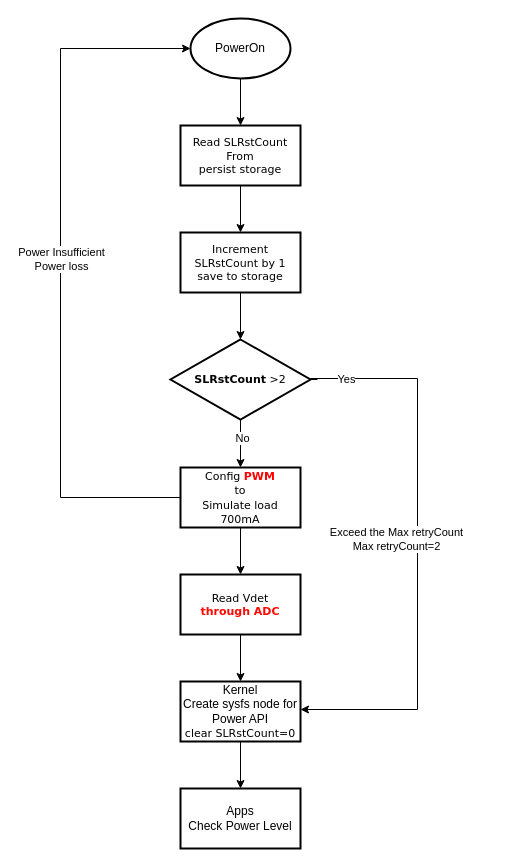
Above: low_power_detect_loop_reboot.drawio in skyliangbogit/test (draw.io), before the change. Source tidied: cells renumbered, new cells numbered last; positions are measured from the earlier drawing's top-left corner, leaving out a move shared by most shapes. Both pictures are drawn from the tidied source at 100%, with x=0, y=0 at pixel (60, 18).
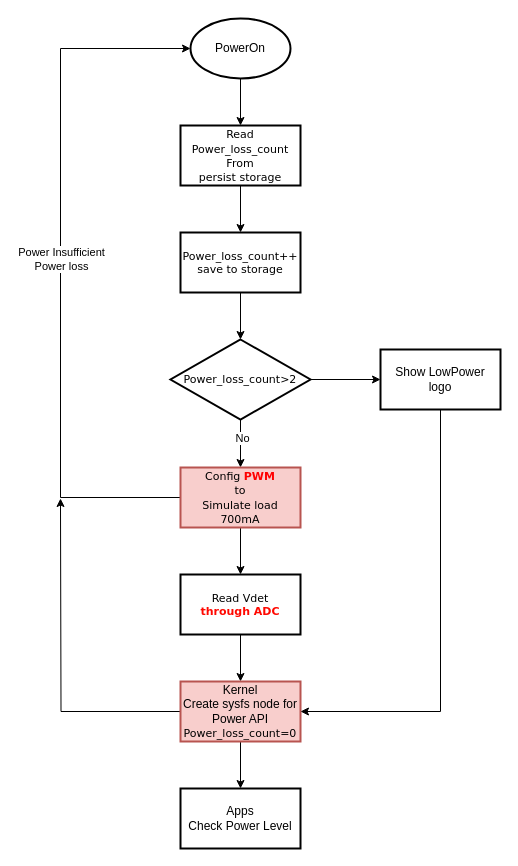
Above is the later version.

Change to the diagram source:
```diff
@@
-    <mxCell id="5" value="&lt;span style=&quot;font-family: Verdana; font-size: 11px;&quot;&gt;Read SLRstCount From&lt;/span&gt;&lt;div style=&quot;font-family: Verdana; font-size: 11px;&quot;&gt;persist storage&lt;/div&gt;" style="whiteSpace=wrap;html=1;strokeWidth=2;" parent="1" vertex="1">
+    <mxCell id="5" value="&lt;span style=&quot;font-family: Verdana; font-size: 11px;&quot;&gt;Read Power_loss_count From&lt;/span&gt;&lt;div style=&quot;font-family: Verdana; font-size: 11px;&quot;&gt;persist storage&lt;/div&gt;" style="whiteSpace=wrap;html=1;strokeWidth=2;" parent="1" vertex="1">
       <mxGeometry x="120" y="107" width="120" height="60" as="geometry" />
     </mxCell>
@@
-    <mxCell id="7" value="&lt;div style=&quot;&quot;&gt;&lt;font face=&quot;Verdana&quot;&gt;&lt;span style=&quot;font-size: 11px;&quot;&gt;Increment SLRstCount by 1&lt;/span&gt;&lt;/font&gt;&lt;/div&gt;&lt;div style=&quot;font-family: Verdana; font-size: 11px;&quot;&gt;save&lt;span style=&quot;background-color: initial;&quot;&gt;&amp;nbsp;to storage&lt;/span&gt;&lt;/div&gt;" style="whiteSpace=wrap;html=1;strokeWidth=2;" parent="1" vertex="1">
+    <mxCell id="7" value="&lt;div style=&quot;&quot;&gt;&lt;span style=&quot;font-family: Verdana; font-size: 11px;&quot;&gt;Power_loss_count++&lt;/span&gt;&lt;/div&gt;&lt;div style=&quot;font-family: Verdana; font-size: 11px;&quot;&gt;save&lt;span style=&quot;background-color: initial;&quot;&gt;&amp;nbsp;to storage&lt;/span&gt;&lt;/div&gt;" style="whiteSpace=wrap;html=1;strokeWidth=2;" parent="1" vertex="1">
       <mxGeometry x="120" y="214" width="120" height="60" as="geometry" />
     </mxCell>
@@
-    <mxCell id="10" style="edgeStyle=orthogonalEdgeStyle;rounded=0;orthogonalLoop=1;jettySize=auto;html=1;exitX=1;exitY=0.5;exitDx=0;exitDy=0;entryX=1;entryY=0.5;entryDx=0;entryDy=0;" parent="1" edge="1">
-      <mxGeometry relative="1" as="geometry">
-        <mxPoint x="257" y="361" as="sourcePoint" />
-        <mxPoint x="240" y="691" as="targetPoint" />
-        <Array as="points">
-          <mxPoint x="250" y="361" />
-          <mxPoint x="250" y="360" />
-          <mxPoint x="357" y="360" />
-          <mxPoint x="357" y="691" />
-        </Array>
-      </mxGeometry>
-    </mxCell>
-    <mxCell id="11" value="Exceed the Max retryCount&lt;div&gt;Max retryCount=2&lt;/div&gt;" style="edgeLabel;html=1;align=center;verticalAlign=middle;" parent="10" vertex="1">
-      <mxGeometry x="-0.86" y="3" relative="1" as="geometry">
-        <mxPoint x="54" y="163" as="offset" />
-      </mxGeometry>
-    </mxCell>
-    <mxCell id="12" value="Yes" style="edgeLabel;html=1;align=center;verticalAlign=middle;" parent="10" vertex="1">
-      <mxGeometry x="-0.84" y="3" relative="1" as="geometry">
-        <mxPoint x="-2" y="3" as="offset" />
-      </mxGeometry>
-    </mxCell>
+    <mxCell id="23" style="edgeStyle=orthogonalEdgeStyle;rounded=0;jettySize=auto;html=1;" parent="1" edge="1" source="13" target="26">
+      <mxGeometry relative="1" as="geometry" />
+    </mxCell>
-    <mxCell id="13" value="&lt;b style=&quot;font-family: Verdana; font-size: 11px;&quot;&gt;SLRstCount&lt;/b&gt;&lt;span style=&quot;font-family: Verdana; font-size: 11px;&quot;&gt;&amp;nbsp;&amp;gt;2&lt;/span&gt;" style="rhombus;whiteSpace=wrap;html=1;strokeWidth=2;" parent="1" vertex="1">
+    <mxCell id="13" value="&lt;span style=&quot;font-family: Verdana; font-size: 11px;&quot;&gt;Power_loss_count&lt;/span&gt;&lt;span style=&quot;font-family: Verdana; font-size: 11px;&quot;&gt;&amp;gt;2&lt;/span&gt;" style="rhombus;whiteSpace=wrap;html=1;strokeWidth=2;" parent="1" vertex="1">
       <mxGeometry x="110" y="321" width="140" height="80" as="geometry" />
     </mxCell>
@@
-    <mxCell id="17" value="&lt;span style=&quot;font-family: Verdana; font-size: 11px;&quot;&gt;Config&amp;nbsp;&lt;/span&gt;&lt;b style=&quot;font-family: Verdana; font-size: 11px;&quot;&gt;&lt;font color=&quot;#ff0000&quot;&gt;PWM&lt;/font&gt;&lt;/b&gt;&lt;br style=&quot;font-family: Verdana; font-size: 11px;&quot;&gt;&lt;span style=&quot;font-family: Verdana; font-size: 11px;&quot;&gt;to&lt;/span&gt;&lt;br style=&quot;font-family: Verdana; font-size: 11px;&quot;&gt;&lt;span style=&quot;font-family: Verdana; font-size: 11px;&quot;&gt;Simulate load 700mA&lt;/span&gt;" style="whiteSpace=wrap;html=1;strokeWidth=2;" parent="1" vertex="1">
+    <mxCell id="17" value="&lt;span style=&quot;font-family: Verdana; font-size: 11px;&quot;&gt;Config&amp;nbsp;&lt;/span&gt;&lt;b style=&quot;font-family: Verdana; font-size: 11px;&quot;&gt;&lt;font color=&quot;#ff0000&quot;&gt;PWM&lt;/font&gt;&lt;/b&gt;&lt;br style=&quot;font-family: Verdana; font-size: 11px;&quot;&gt;&lt;span style=&quot;font-family: Verdana; font-size: 11px;&quot;&gt;to&lt;/span&gt;&lt;br style=&quot;font-family: Verdana; font-size: 11px;&quot;&gt;&lt;span style=&quot;font-family: Verdana; font-size: 11px;&quot;&gt;Simulate load 700mA&lt;/span&gt;" style="whiteSpace=wrap;html=1;strokeWidth=2;fillColor=#f8cecc;strokeColor=#b85450;" parent="1" vertex="1">
       <mxGeometry x="120" y="449" width="120" height="60" as="geometry" />
     </mxCell>
@@
+    <mxCell id="24" style="edgeStyle=orthogonalEdgeStyle;rounded=0;jettySize=auto;html=1;" parent="1" edge="1" source="21">
+      <mxGeometry relative="1" as="geometry">
+        <mxPoint y="480" as="targetPoint" />
+      </mxGeometry>
+    </mxCell>
-    <mxCell id="21" value="Kernel&lt;br&gt;&lt;div&gt;Create sysfs node for&lt;br&gt;Power API&lt;br&gt;&lt;/div&gt;&lt;div&gt;&lt;span style=&quot;font-family: Verdana; font-size: 11px;&quot;&gt;clear SLRstCount=0&lt;/span&gt;&lt;/div&gt;" style="whiteSpace=wrap;html=1;strokeWidth=2;" parent="1" vertex="1">
+    <mxCell id="21" value="Kernel&lt;br&gt;&lt;div&gt;Create sysfs node for&lt;br&gt;Power API&lt;br&gt;&lt;/div&gt;&lt;div&gt;&lt;span style=&quot;font-family: Verdana; font-size: 11px; background-color: transparent; color: light-dark(rgb(0, 0, 0), rgb(255, 255, 255));&quot;&gt;Power_loss_count&lt;/span&gt;&lt;span style=&quot;font-family: Verdana; font-size: 11px;&quot;&gt;=0&lt;/span&gt;&lt;/div&gt;" style="whiteSpace=wrap;html=1;strokeWidth=2;fillColor=#f8cecc;strokeColor=#b85450;" parent="1" vertex="1">
       <mxGeometry x="120" y="663" width="120" height="60" as="geometry" />
     </mxCell>
@@
+    <mxCell id="25" style="edgeStyle=orthogonalEdgeStyle;rounded=0;jettySize=auto;html=1;entryX=1;entryY=0.5;entryDx=0;entryDy=0;" parent="1" edge="1" source="26" target="21">
+      <mxGeometry relative="1" as="geometry">
+        <Array as="points">
+          <mxPoint x="380" y="693" />
+        </Array>
+      </mxGeometry>
+    </mxCell>
+    <mxCell id="26" value="Show LowPower&lt;br&gt;logo" style="whiteSpace=wrap;html=1;strokeWidth=2;" parent="1" vertex="1">
+      <mxGeometry x="320" y="331" width="120" height="60" as="geometry" />
+    </mxCell>
```
